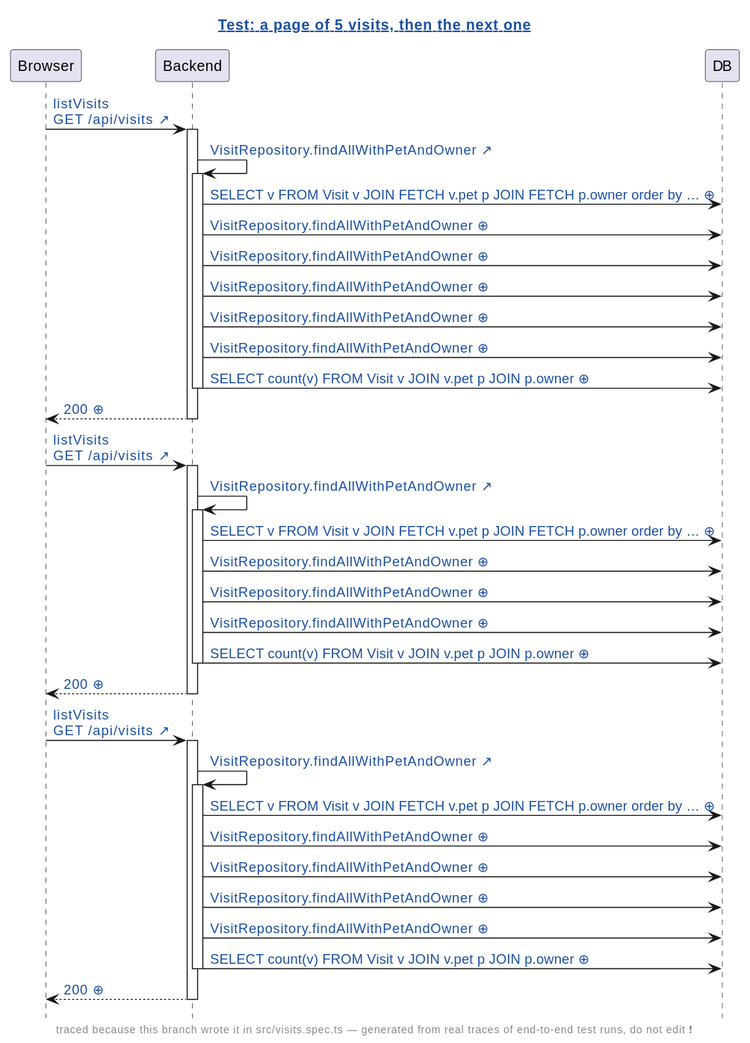
Before: demo/demo2/assets/diagrams/petclinic-test_generated_visits.spec.ts.a-page-of-5-visits-then-the-next-one.genseq.diff.svg, a diagram exported from PlantUML (victorrentea/human-review).
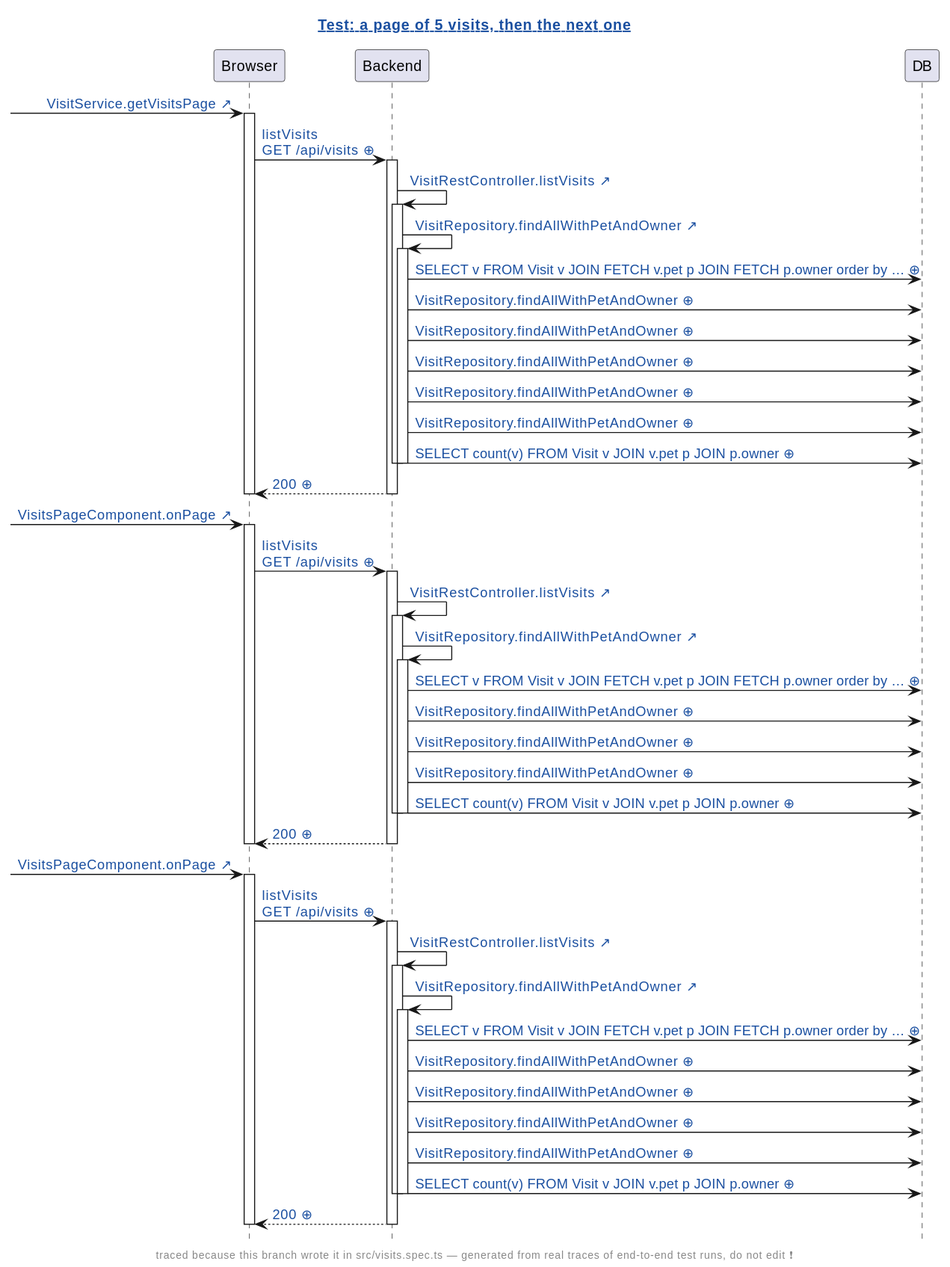
Later version of the same file.

Change to the diagram source:
```diff
@@ -9,7 +9,11 @@
 participant Browser
 participant Backend
 participant DB
-Browser -> Backend: [[src://petclinic-frontend/src/app/visits/visits-page/visits-page.component.ts:50{Click to open the line that sent this request: visits-page.component.ts:50} listVisits\nGET /api/visits ↗]]
+[-> Browser: [[src://petclinic-frontend/src/app/visits/visits-page/visits-page.component.ts:50{Click to open the line that sent this request: visits-page.component.ts:50} VisitService.getVisitsPage ↗]]
+activate Browser
+Browser -> Backend: [[genseq://09jss6p{Click for the request as it was sent} listVisits\nGET /api/visits ⊕]]
+activate Backend
+Backend -> Backend: [[src://petclinic-backend/src/main/java/victor/training/petclinic/rest/VisitRestController.java:54{Click to open VisitRestController.listVisits} VisitRestController.listVisits ↗]]
 activate Backend
 Backend -> Backend: [[src://petclinic-backend/src/main/java/victor/training/petclinic/repository/VisitRepository.java:22{Click to open VisitRepository.findAllWithPetAndOwner} VisitRepository.findAllWithPetAndOwner ↗]]
 activate Backend
@@ -21,9 +25,15 @@
 Backend -> DB: [[genseq://0cvbten{Click for the statement behind this call} VisitRepository.findAllWithPetAndOwner ⊕]]
 Backend -> DB: [[genseq://0gohwr7{Click for the statement behind this call} SELECT count(v) FROM Visit v JOIN v.pet p JOIN p.owner ⊕]]
 deactivate Backend
+deactivate Backend
 Backend --> Browser: [[genseq://1gl89nl{Click for this call’s JSON body} 200 ⊕]]
 deactivate Backend
-Browser -> Backend: [[src://petclinic-frontend/src/app/visits/visits-page/visits-page.component.ts:59{Click to open the line that sent this request: visits-page.component.ts:86 ← visits-page.component.ts:59 ← visits-page.component.html:38} listVisits\nGET /api/visits ↗]]
+deactivate Browser
+[-> Browser: [[src://petclinic-frontend/src/app/visits/visits-page/visits-page.component.ts:59{Click to open the line that sent this request: visits-page.component.ts:86 ← visits-page.component.ts:59 ← visits-page.component.html:38} VisitsPageComponent.onPage ↗]]
+activate Browser
+Browser -> Backend: [[genseq://16lw5x1{Click for the request as it was sent} listVisits\nGET /api/visits ⊕]]
+activate Backend
+Backend -> Backend: [[src://petclinic-backend/src/main/java/victor/training/petclinic/rest/VisitRestController.java:54{Click to open VisitRestController.listVisits} VisitRestController.listVisits ↗]]
 activate Backend
 Backend -> Backend: [[src://petclinic-backend/src/main/java/victor/training/petclinic/repository/VisitRepository.java:22{Click to open VisitRepository.findAllWithPetAndOwner} VisitRepository.findAllWithPetAndOwner ↗]]
 activate Backend
@@ -33,9 +43,15 @@
 Backend -> DB: [[genseq://1heb9yw{Click for the statement behind this call} VisitRepository.findAllWithPetAndOwner ⊕]]
 Backend -> DB: [[genseq://0gohwr7{Click for the statement behind this call} SELECT count(v) FROM Visit v JOIN v.pet p JOIN p.owner ⊕]]
 deactivate Backend
+deactivate Backend
 Backend --> Browser: [[genseq://0xfw4pf{Click for this call’s JSON body} 200 ⊕]]
 deactivate Backend
-Browser -> Backend: [[src://petclinic-frontend/src/app/visits/visits-page/visits-page.component.ts:59{Click to open the line that sent this request: visits-page.component.ts:86 ← visits-page.component.ts:59 ← visits-page.component.html:38} listVisits\nGET /api/visits ↗]]
+deactivate Browser
+[-> Browser: [[src://petclinic-frontend/src/app/visits/visits-page/visits-page.component.ts:59{Click to open the line that sent this request: visits-page.component.ts:86 ← visits-page.component.ts:59 ← visits-page.component.html:38} VisitsPageComponent.onPage ↗]]
+activate Browser
+Browser -> Backend: [[genseq://1kd3t99{Click for the request as it was sent} listVisits\nGET /api/visits ⊕]]
+activate Backend
+Backend -> Backend: [[src://petclinic-backend/src/main/java/victor/training/petclinic/rest/VisitRestController.java:54{Click to open VisitRestController.listVisits} VisitRestController.listVisits ↗]]
 activate Backend
 Backend -> Backend: [[src://petclinic-backend/src/main/java/victor/training/petclinic/repository/VisitRepository.java:22{Click to open VisitRepository.findAllWithPetAndOwner} VisitRepository.findAllWithPetAndOwner ↗]]
 activate Backend
@@ -46,6 +62,8 @@
 Backend -> DB: [[genseq://070fg5f{Click for the statement behind this call} VisitRepository.findAllWithPetAndOwner ⊕]]
 Backend -> DB: [[genseq://0gohwr7{Click for the statement behind this call} SELECT count(v) FROM Visit v JOIN v.pet p JOIN p.owner ⊕]]
 deactivate Backend
+deactivate Backend
 Backend --> Browser: [[genseq://1su7rdl{Click for this call’s JSON body} 200 ⊕]]
 deactivate Backend
+deactivate Browser
 @enduml
```
